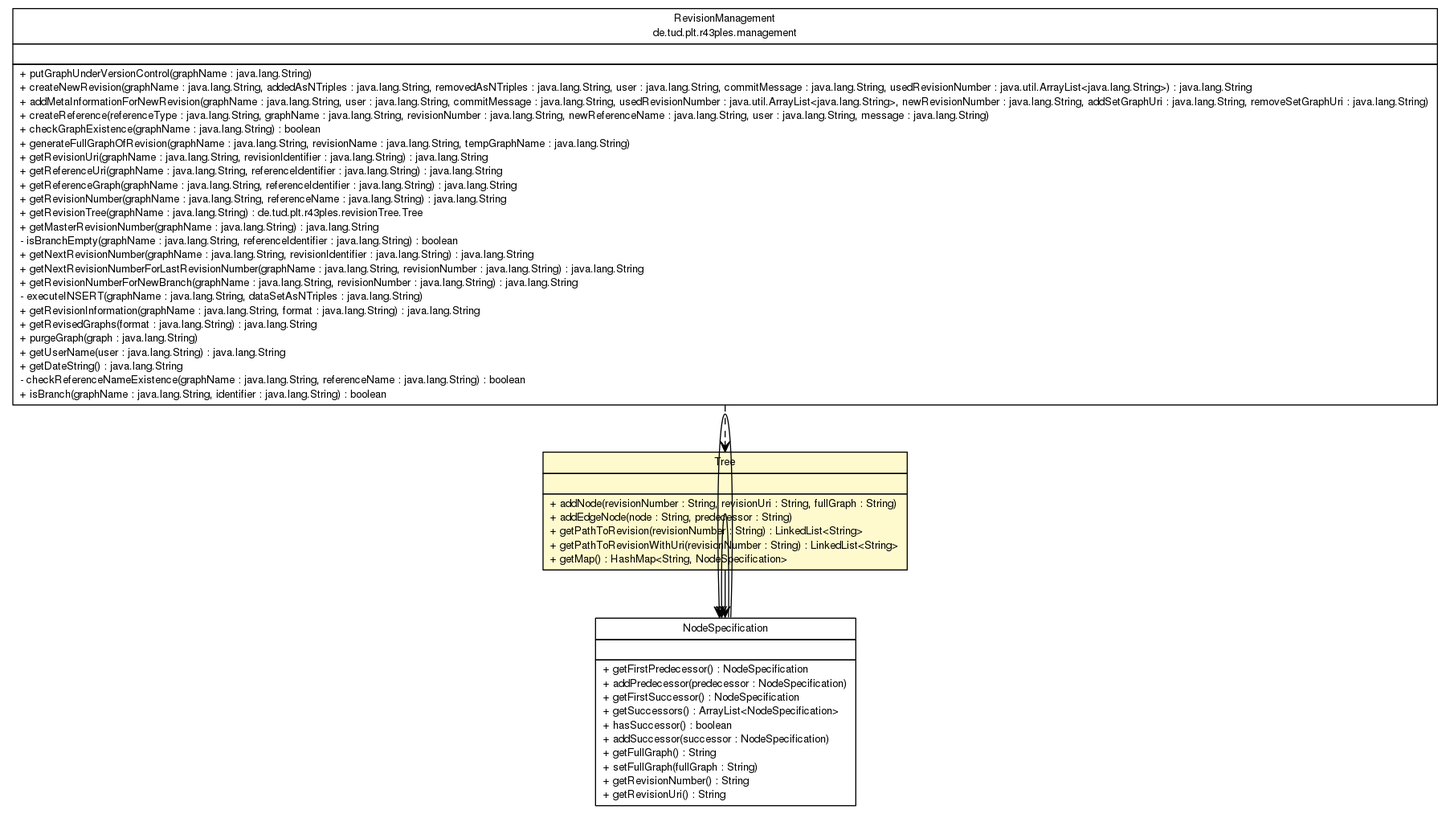
This is javadoc/de/tud/plt/r43ples/revisionTree/Tree.png from markusgraube/r43ples, a Graphviz export, as it was before one commit. Its source is kept beside it as javadoc/de/tud/plt/r43ples/revisionTree/Tree.dot.
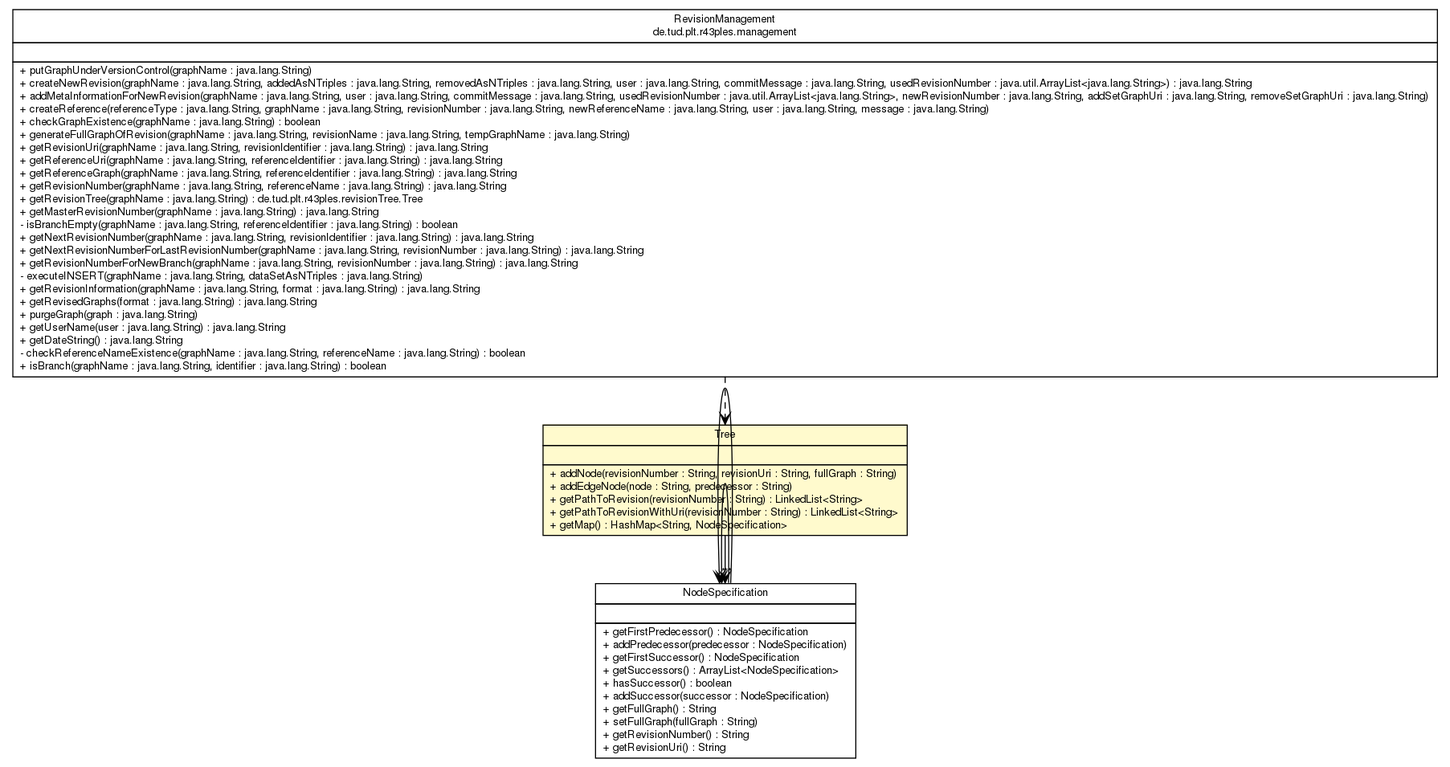
After the commit.

The edit, as a diff of the source:
```diff
@@ -4,7 +4,7 @@
 	node [fontname="Helvetica",fontsize=10,shape=plaintext];
 	nodesep=0.25;
 	ranksep=0.5;
-	c258 [label=<<table title="de.tud.plt.r43ples.management.RevisionManagement" border="0" cellborder="1" cellspacing="0" cellpadding="2" port="p" href="../management/RevisionManagement.html">
+	c259 [label=<<table title="de.tud.plt.r43ples.management.RevisionManagement" border="0" cellborder="1" cellspacing="0" cellpadding="2" port="p" href="../management/RevisionManagement.html">
 		<tr><td><table border="0" cellspacing="0" cellpadding="1">
 <tr><td align="center" balign="center"> RevisionManagement </td></tr>
 <tr><td align="center" balign="center"> de.tud.plt.r43ples.management </td></tr>
@@ -77,5 +77,5 @@
 	c260:p -> c261:p [taillabel="", label="", headlabel="*", fontname="Helvetica", fontcolor="black", fontsize=10.0, color="black", arrowhead=open];
 	c261:p -> c261:p [taillabel="", label="", headlabel="*", fontname="Helvetica", fontcolor="black", fontsize=10.0, color="black", arrowhead=open];
 	c261:p -> c261:p [taillabel="", label="", headlabel="*", fontname="Helvetica", fontcolor="black", fontsize=10.0, color="black", arrowhead=open];
-	c258:p -> c260:p [taillabel="", label="", headlabel="", fontname="Helvetica", fontcolor="black", fontsize=10.0, color="black", arrowhead=open, style=dashed];
+	c259:p -> c260:p [taillabel="", label="", headlabel="", fontname="Helvetica", fontcolor="black", fontsize=10.0, color="black", arrowhead=open, style=dashed];
 }
```
